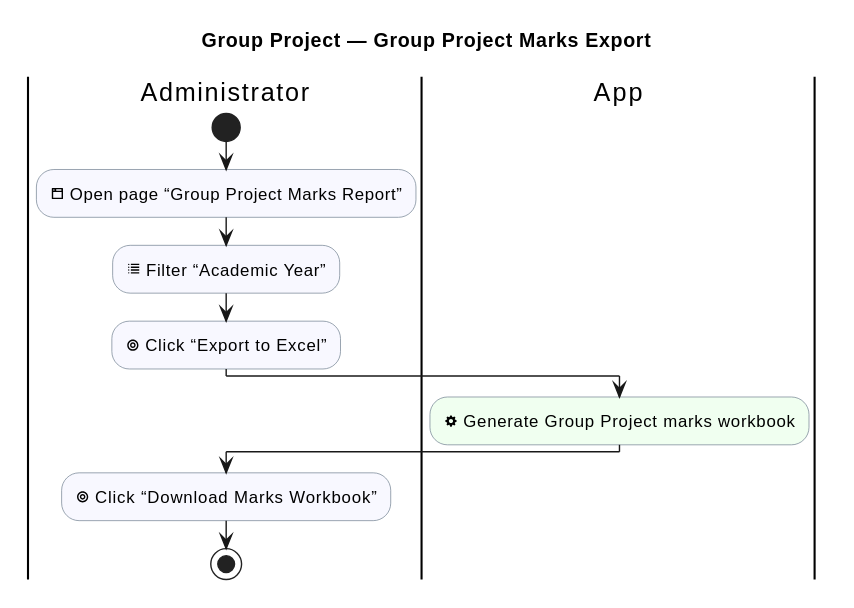
Before: industrial-placement-group-project/diagrams/group-project/group-project-marks-export.svg, a diagram exported from PlantUML (sdflkjssl/sdflkjssl.github.io).
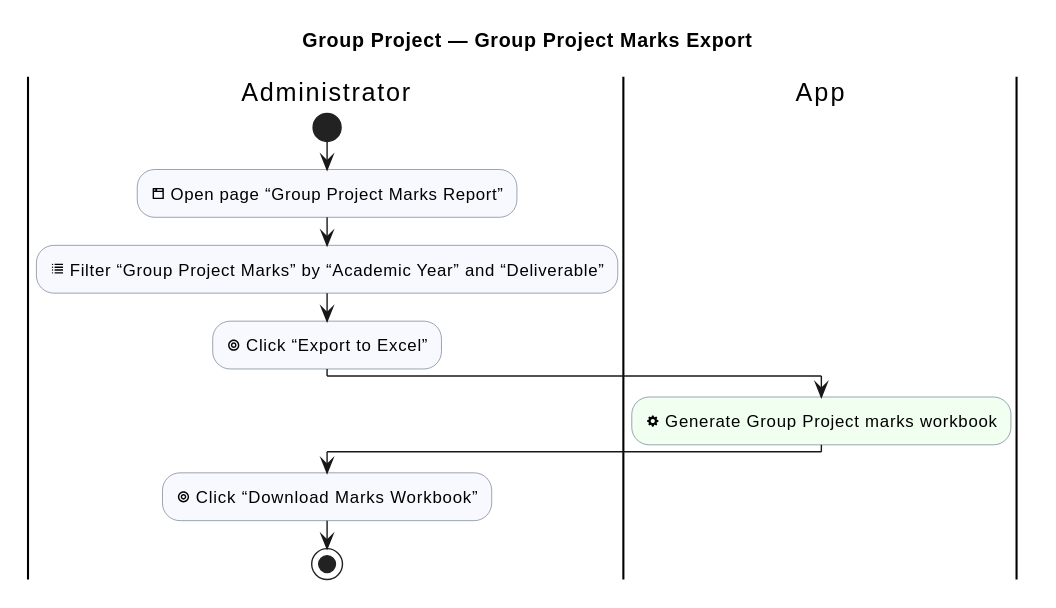
After the change.

What changed in the source:
```diff
@@ -13,7 +13,7 @@
 |Administrator|
 start
 :<&browser> Open page “Group Project Marks Report”; <<#GhostWhite>>
-:<&list> Filter “Academic Year”; <<#GhostWhite>>
+:<&list> Filter “Group Project Marks” by “Academic Year” and “Deliverable”; <<#GhostWhite>>
 :<&target> Click “Export to Excel”; <<#GhostWhite>>
 |App|
 :<&cog> Generate Group Project marks workbook; <<#HoneyDew>>
```
